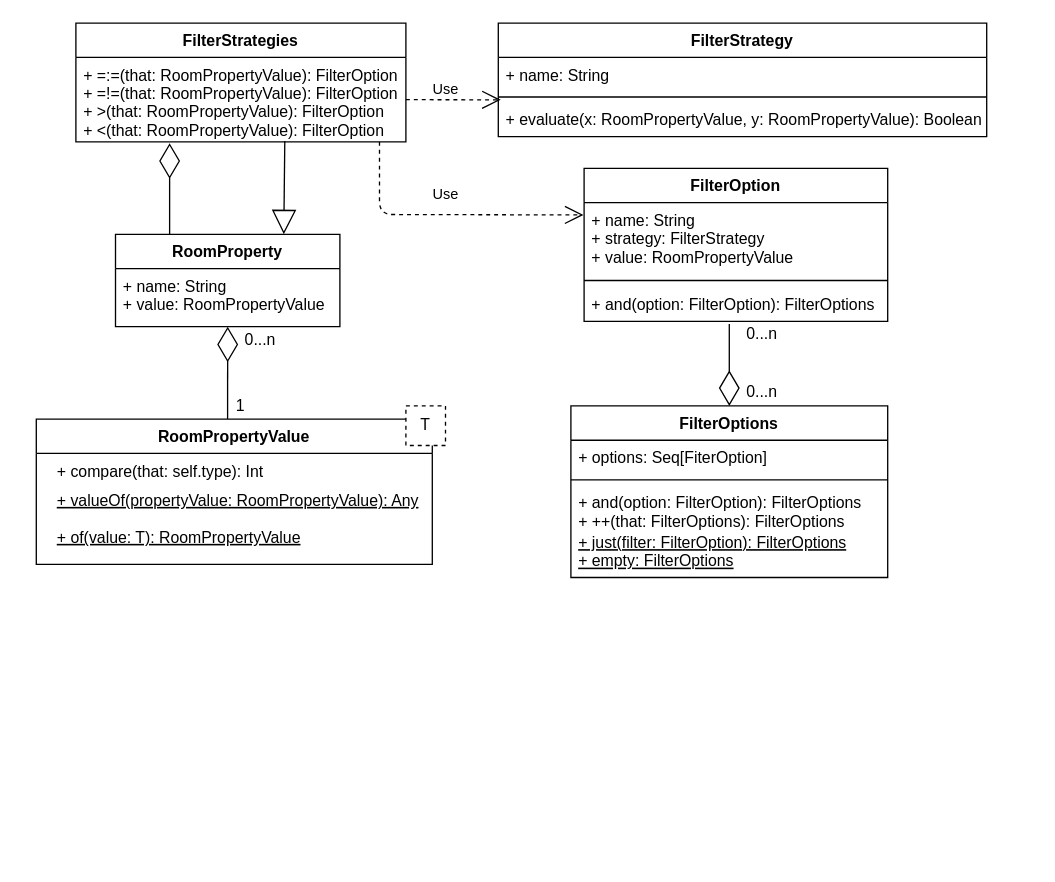
Earlier version of the draw.io diagram doc/diagrams/common/room/property_and_filters-class.drawio (StefanoSalvatori/PPS-18-scala-omg). Source tidied: cells renumbered, new cells numbered last; positions are measured from the earlier drawing's top-left corner, leaving out a move shared by most shapes. Both pictures are drawn from the tidied source at 132%, with x=0, y=0 at pixel (36, 22).
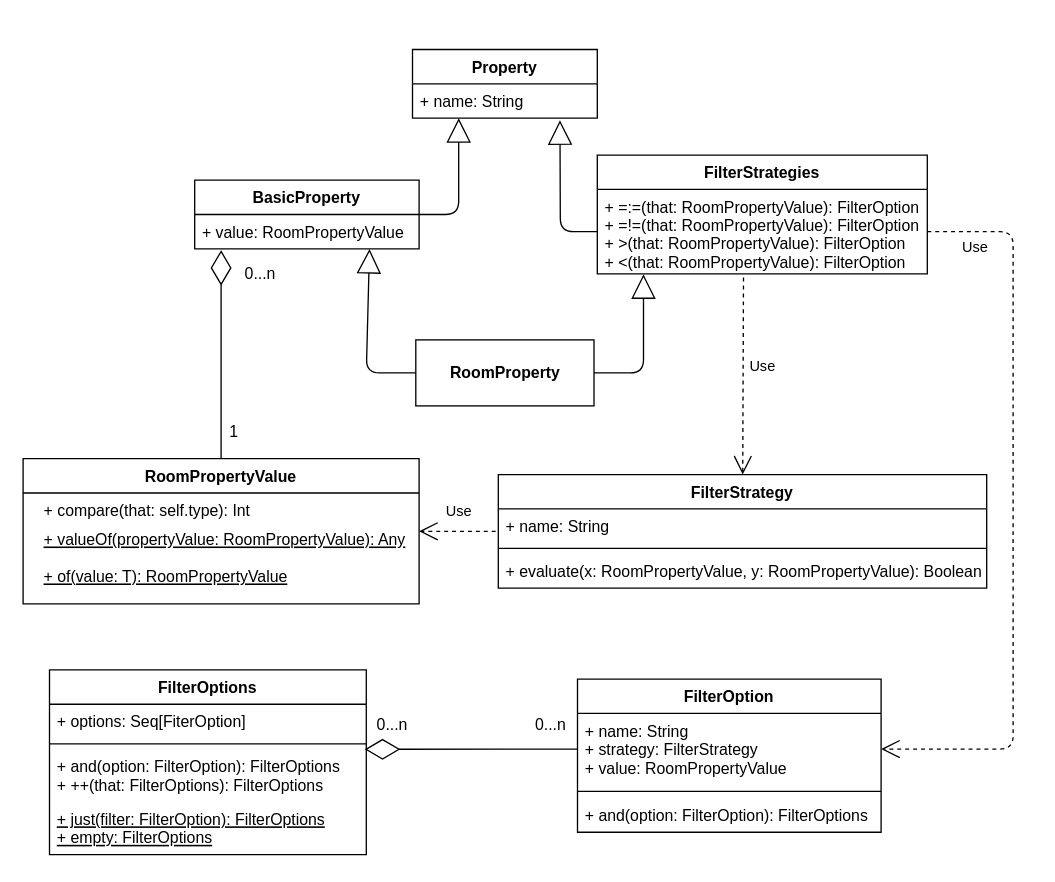
After the change.

The change refers to these unchanged cells:
```xml
<mxCell id="6" value="+ =:=(that: RoomPropertyValue): FilterOption&#10;+ =!=(that: RoomPropertyValue): FilterOption&#10;+ &gt;(that: RoomPropertyValue): FilterOption&#10;+ &lt;(that: RoomPropertyValue): FilterOption" style="text;strokeColor=none;fillColor=none;align=left;verticalAlign=top;spacingLeft=4;spacingRight=4;overflow=hidden;points=[[0,0.5],[1,0.5]];portConstraint=eastwest;" parent="5" vertex="1">
  <mxGeometry y="26" width="250" height="64" as="geometry" />
</mxCell>
<mxCell id="15" value="+ evaluate(x: RoomPropertyValue, y: RoomPropertyValue): Boolean" style="text;strokeColor=none;fillColor=none;align=left;verticalAlign=top;spacingLeft=4;spacingRight=4;overflow=hidden;points=[[0,0.5],[1,0.5]];portConstraint=eastwest;" parent="12" vertex="1">
  <mxGeometry y="60" width="370" height="26" as="geometry" />
</mxCell>
<mxCell id="19" value="+ name: String&#10;+ strategy: FilterStrategy&#10;+ value: RoomPropertyValue" style="text;strokeColor=none;fillColor=none;align=left;verticalAlign=top;spacingLeft=4;spacingRight=4;overflow=hidden;points=[[0,0.5],[1,0.5]];portConstraint=eastwest;" parent="18" vertex="1">
  <mxGeometry y="26" width="230" height="54" as="geometry" />
</mxCell>
```

The edit, as a diff of the source:
```diff
@@
-    <mxCell id="2" value="+ name: String&#10;+ value: RoomPropertyValue" style="text;strokeColor=none;fillColor=none;align=left;verticalAlign=top;spacingLeft=4;spacingRight=4;overflow=hidden;" parent="1" vertex="1">
-      <mxGeometry x="60" y="186" width="170" height="44" as="geometry" />
-    </mxCell>
-    <mxCell id="3" value="+ just(filter: FilterOption): FilterOptions&#10;+ empty: FilterOptions" style="text;strokeColor=none;fillColor=none;align=left;verticalAlign=top;spacingLeft=4;spacingRight=4;overflow=hidden;fontStyle=4;strokeWidth=1;" parent="1" vertex="1">
-      <mxGeometry x="405" y="380" width="240" height="40" as="geometry" />
-    </mxCell>
-    <mxCell id="4" value="+ compare(that: self.type): Int" style="text;strokeColor=none;fillColor=none;align=left;verticalAlign=top;spacingLeft=4;spacingRight=4;overflow=hidden;" parent="1" vertex="1">
-      <mxGeometry x="10" y="326" width="180" height="22" as="geometry" />
-    </mxCell>
     <mxCell id="5" value="FilterStrategies" style="swimlane;fontStyle=1;align=center;verticalAlign=top;horizontal=1;startSize=26;" parent="1" vertex="1">
-      <mxGeometry x="30" width="250" height="90" as="geometry" />
+      <mxGeometry x="425" y="100" width="250" height="90" as="geometry" />
     </mxCell>
@@
+    <mxCell id="33" value="BasicProperty" style="swimlane;fontStyle=1;horizontal=1;startSize=26;fillColor=none;" parent="1" vertex="1">
+      <mxGeometry x="120" y="119" width="170" height="52" as="geometry" />
+    </mxCell>
+    <mxCell id="34" value="+ value: RoomPropertyValue" style="text;strokeColor=none;fillColor=none;align=left;verticalAlign=top;spacingLeft=4;spacingRight=4;overflow=hidden;points=[[0,0.5],[1,0.5]];portConstraint=eastwest;" parent="33" vertex="1">
+      <mxGeometry y="26" width="170" height="26" as="geometry" />
+    </mxCell>
+    <mxCell id="4" value="+ compare(that: self.type): Int" style="text;strokeColor=none;fillColor=none;align=left;verticalAlign=top;spacingLeft=4;spacingRight=4;overflow=hidden;" parent="1" vertex="1">
+      <mxGeometry y="356" width="180" height="22" as="geometry" />
+    </mxCell>
+    <mxCell id="35" value="Property" style="swimlane;fontStyle=1;horizontal=1;startSize=26;fillColor=none;" parent="1" vertex="1">
+      <mxGeometry x="285" y="20" width="140" height="52" as="geometry" />
+    </mxCell>
+    <mxCell id="36" value="+ name: String" style="text;strokeColor=none;fillColor=none;align=left;verticalAlign=top;spacingLeft=4;spacingRight=4;overflow=hidden;points=[[0,0.5],[1,0.5]];portConstraint=eastwest;" parent="35" vertex="1">
+      <mxGeometry y="26" width="140" height="26" as="geometry" />
+    </mxCell>
     <mxCell id="7" value="+ valueOf(propertyValue: RoomPropertyValue): Any&#10;&#10;+ of(value: T): RoomPropertyValue" style="text;strokeColor=none;fillColor=none;align=left;verticalAlign=top;spacingLeft=4;spacingRight=4;overflow=hidden;fontStyle=4;" parent="1" vertex="1">
-      <mxGeometry x="10" y="348" width="290" height="48" as="geometry" />
+      <mxGeometry y="378" width="290" height="48" as="geometry" />
     </mxCell>
-    <mxCell id="8" value="RoomProperty" style="swimlane;fontStyle=1;align=center;verticalAlign=top;horizontal=1;startSize=26;" parent="1" vertex="1">
-      <mxGeometry x="60" y="160" width="170" height="70" as="geometry" />
-    </mxCell>
-    <mxCell id="9" style="endArrow=block;endSize=16;endFill=0;html=1;exitX=0.633;exitY=0.99;exitDx=0;exitDy=0;exitPerimeter=0;entryX=0.75;entryY=0;entryDx=0;entryDy=0;" parent="1" edge="1" source="6" target="8">
-      <mxGeometry x="0.45" y="53" relative="1" as="geometry" />
-    </mxCell>
-    <mxCell id="10" style="endArrow=diamondThin;endFill=0;endSize=24;html=1;" parent="1" edge="1">
-      <mxGeometry relative="1" as="geometry">
-        <mxPoint x="101" y="160" as="sourcePoint" />
-        <mxPoint x="101" y="91" as="targetPoint" />
-      </mxGeometry>
-    </mxCell>
+    <mxCell id="26" style="endArrow=diamondThin;endFill=0;endSize=24;html=1;entryX=0.995;entryY=0.004;entryDx=0;entryDy=0;entryPerimeter=0;exitX=0;exitY=0.5;exitDx=0;exitDy=0;" parent="1" edge="1" source="19" target="25">
+      <mxGeometry relative="1" as="geometry" />
+    </mxCell>
+    <mxCell id="30" value="0...n" style="text;html=1;strokeColor=none;fillColor=none;align=center;verticalAlign=middle;whiteSpace=wrap;rounded=0;" parent="1" vertex="1">
+      <mxGeometry x="370" y="522" width="40" height="20" as="geometry" />
+    </mxCell>
+    <mxCell id="31" value="0...n" style="text;html=1;strokeColor=none;fillColor=none;align=center;verticalAlign=middle;whiteSpace=wrap;rounded=0;" parent="1" vertex="1">
+      <mxGeometry x="250" y="522" width="40" height="20" as="geometry" />
+    </mxCell>
     <mxCell id="11" value="RoomPropertyValue" style="swimlane;fontStyle=1;align=center;verticalAlign=top;horizontal=1;startSize=26;" parent="1" vertex="1">
-      <mxGeometry y="300" width="300" height="110" as="geometry" />
+      <mxGeometry x="-10" y="330" width="300" height="110" as="geometry" />
     </mxCell>
     <mxCell id="12" value="FilterStrategy" style="swimlane;fontStyle=1;align=center;verticalAlign=top;horizontal=1;startSize=26;" parent="1" vertex="1">
-      <mxGeometry x="350" width="370" height="86" as="geometry" />
+      <mxGeometry x="350" y="342" width="370" height="86" as="geometry" />
     </mxCell>
@@
-    <mxCell id="16" value="Use" style="endArrow=open;endSize=12;dashed=1;html=1;entryX=0.005;entryY=-0.071;entryDx=0;entryDy=0;entryPerimeter=0;" parent="1" edge="1" target="15">
-      <mxGeometry x="-0.17" y="8" relative="1" as="geometry">
-        <mxPoint x="280" y="58" as="sourcePoint" />
-      </mxGeometry>
-    </mxCell>
-    <mxCell id="17" value="Use" style="endArrow=open;endSize=12;dashed=1;html=1;entryX=-0.002;entryY=0.173;entryDx=0;entryDy=0;entryPerimeter=0;" parent="1" edge="1" target="19">
-      <mxGeometry y="15" relative="1" as="geometry">
-        <mxPoint x="260" y="90" as="sourcePoint" />
-        <Array as="points">
-          <mxPoint x="260" y="145" />
-        </Array>
-      </mxGeometry>
-    </mxCell>
+    <mxCell id="22" value="FilterOptions" style="swimlane;fontStyle=1;align=center;verticalAlign=top;horizontal=1;startSize=26;" parent="1" vertex="1">
+      <mxGeometry x="10" y="490" width="240" height="140" as="geometry" />
+    </mxCell>
+    <mxCell id="23" value="+ options: Seq[FiterOption]" style="text;strokeColor=none;fillColor=none;align=left;verticalAlign=top;spacingLeft=4;spacingRight=4;overflow=hidden;" parent="22" vertex="1">
+      <mxGeometry y="26" width="240" height="26" as="geometry" />
+    </mxCell>
+    <mxCell id="24" style="line;strokeWidth=1;fillColor=none;align=left;verticalAlign=middle;spacingTop=-1;spacingLeft=3;spacingRight=3;labelPosition=right;" parent="22" vertex="1">
+      <mxGeometry y="52" width="240" height="8" as="geometry" />
+    </mxCell>
+    <mxCell id="25" value="+ and(option: FilterOption): FilterOptions&#10;+ ++(that: FilterOptions): FilterOptions" style="text;strokeColor=none;fillColor=none;align=left;verticalAlign=top;spacingLeft=4;spacingRight=4;overflow=hidden;points=[[0,0.5],[1,0.5]];portConstraint=eastwest;fontStyle=0;strokeWidth=1;" parent="22" vertex="1">
+      <mxGeometry y="60" width="240" height="40" as="geometry" />
+    </mxCell>
+    <mxCell id="3" value="+ just(filter: FilterOption): FilterOptions&#10;+ empty: FilterOptions" style="text;strokeColor=none;fillColor=none;align=left;verticalAlign=top;spacingLeft=4;spacingRight=4;overflow=hidden;fontStyle=4;strokeWidth=1;" parent="22" vertex="1">
+      <mxGeometry y="100" width="240" height="40" as="geometry" />
+    </mxCell>
     <mxCell id="18" value="FilterOption" style="swimlane;fontStyle=1;align=center;verticalAlign=top;horizontal=1;startSize=26;" parent="1" vertex="1">
-      <mxGeometry x="415" y="110" width="230" height="116" as="geometry" />
+      <mxGeometry x="410" y="497" width="230" height="116" as="geometry" />
     </mxCell>
@@
-    <mxCell id="22" value="FilterOptions" style="swimlane;fontStyle=1;align=center;verticalAlign=top;horizontal=1;startSize=26;" parent="1" vertex="1">
-      <mxGeometry x="405" y="290" width="240" height="130" as="geometry" />
-    </mxCell>
-    <mxCell id="23" value="+ options: Seq[FiterOption]" style="text;strokeColor=none;fillColor=none;align=left;verticalAlign=top;spacingLeft=4;spacingRight=4;overflow=hidden;" parent="22" vertex="1">
-      <mxGeometry y="26" width="240" height="26" as="geometry" />
-    </mxCell>
-    <mxCell id="24" style="line;strokeWidth=1;fillColor=none;align=left;verticalAlign=middle;spacingTop=-1;spacingLeft=3;spacingRight=3;labelPosition=right;" parent="22" vertex="1">
-      <mxGeometry y="52" width="240" height="8" as="geometry" />
-    </mxCell>
-    <mxCell id="25" value="+ and(option: FilterOption): FilterOptions&#10;+ ++(that: FilterOptions): FilterOptions" style="text;strokeColor=none;fillColor=none;align=left;verticalAlign=top;spacingLeft=4;spacingRight=4;overflow=hidden;points=[[0,0.5],[1,0.5]];portConstraint=eastwest;fontStyle=0;strokeWidth=1;" parent="22" vertex="1">
-      <mxGeometry y="60" width="240" height="70" as="geometry" />
-    </mxCell>
-    <mxCell id="26" style="endArrow=diamondThin;endFill=0;endSize=24;html=1;entryX=0.5;entryY=0;entryDx=0;entryDy=0;" parent="1" edge="1" target="22">
-      <mxGeometry relative="1" as="geometry">
-        <mxPoint x="525" y="228" as="sourcePoint" />
-      </mxGeometry>
-    </mxCell>
+    <mxCell id="8" value="RoomProperty" style="html=1;glass=0;strokeWidth=1;fontStyle=1;" parent="1" vertex="1">
+      <mxGeometry x="287.5" y="240" width="135" height="50" as="geometry" />
+    </mxCell>
+    <mxCell id="37" style="endArrow=block;endSize=16;endFill=0;html=1;exitX=1;exitY=0.5;exitDx=0;exitDy=0;entryX=0.25;entryY=1;entryDx=0;entryDy=0;" parent="1" edge="1" source="33" target="35">
+      <mxGeometry x="-0.39" y="48" relative="1" as="geometry">
+        <Array as="points">
+          <mxPoint x="320" y="145" />
+        </Array>
+        <mxPoint y="-1" as="offset" />
+      </mxGeometry>
+    </mxCell>
+    <mxCell id="38" style="endArrow=block;endSize=16;endFill=0;html=1;exitX=0;exitY=0.5;exitDx=0;exitDy=0;entryX=0.798;entryY=1.064;entryDx=0;entryDy=0;entryPerimeter=0;" parent="1" edge="1" source="6" target="36">
+      <mxGeometry x="-0.33" y="-22" relative="1" as="geometry">
+        <Array as="points">
+          <mxPoint x="397" y="158" />
+        </Array>
+      </mxGeometry>
+    </mxCell>
+    <mxCell id="39" style="endArrow=block;endSize=16;endFill=0;html=1;exitX=0;exitY=0.5;exitDx=0;exitDy=0;entryX=0.779;entryY=1.006;entryDx=0;entryDy=0;entryPerimeter=0;" parent="1" edge="1" source="8" target="34">
+      <mxGeometry x="-0.39" y="48" relative="1" as="geometry">
+        <Array as="points">
+          <mxPoint x="250" y="265" />
+        </Array>
+        <mxPoint y="-1" as="offset" />
+      </mxGeometry>
+    </mxCell>
+    <mxCell id="40" style="endArrow=block;endSize=16;endFill=0;html=1;exitX=1;exitY=0.5;exitDx=0;exitDy=0;entryX=0.14;entryY=1.005;entryDx=0;entryDy=0;entryPerimeter=0;" parent="1" edge="1" source="8" target="6">
+      <mxGeometry x="-0.39" y="48" relative="1" as="geometry">
+        <Array as="points">
+          <mxPoint x="460" y="265" />
+        </Array>
+        <mxPoint y="-1" as="offset" />
+      </mxGeometry>
+    </mxCell>
+    <mxCell id="41" style="endArrow=diamondThin;endFill=0;endSize=24;html=1;exitX=0.5;exitY=0;exitDx=0;exitDy=0;" parent="1" edge="1" source="11">
+      <mxGeometry relative="1" as="geometry">
+        <mxPoint x="140" y="172" as="targetPoint" />
+      </mxGeometry>
+    </mxCell>
+    <mxCell id="42" value="Use" style="endArrow=open;endSize=12;dashed=1;html=1;exitX=0.443;exitY=1.044;exitDx=0;exitDy=0;exitPerimeter=0;" parent="1" edge="1" source="6" target="12">
+      <mxGeometry x="-0.1" y="15" relative="1" as="geometry" />
+    </mxCell>
+    <mxCell id="43" value="Use" style="endArrow=open;endSize=12;dashed=1;html=1;exitX=1;exitY=0.5;exitDx=0;exitDy=0;entryX=1;entryY=0.5;entryDx=0;entryDy=0;" parent="1" edge="1" source="6" target="19">
+      <mxGeometry x="-0.87" y="-12" relative="1" as="geometry">
+        <Array as="points">
+          <mxPoint x="740" y="158" />
+          <mxPoint x="740" y="550" />
+        </Array>
+      </mxGeometry>
+    </mxCell>
+    <mxCell id="44" value="Use" style="endArrow=open;endSize=12;dashed=1;html=1;" parent="1" edge="1">
+      <mxGeometry x="-0.02" y="-15" relative="1" as="geometry">
+        <mxPoint x="348" y="385" as="sourcePoint" />
+        <mxPoint x="290" y="385" as="targetPoint" />
+      </mxGeometry>
+    </mxCell>
     <mxCell id="27" value="1" style="text;html=1;strokeColor=none;fillColor=none;align=center;verticalAlign=middle;whiteSpace=wrap;rounded=0;" parent="1" vertex="1">
-      <mxGeometry x="135" y="280" width="40" height="20" as="geometry" />
+      <mxGeometry x="130" y="300" width="40" height="20" as="geometry" />
     </mxCell>
     <mxCell id="28" value="0...n" style="text;html=1;strokeColor=none;fillColor=none;align=center;verticalAlign=middle;whiteSpace=wrap;rounded=0;" parent="1" vertex="1">
-      <mxGeometry x="150" y="230" width="40" height="20" as="geometry" />
+      <mxGeometry x="150" y="180" width="40" height="20" as="geometry" />
     </mxCell>
-    <mxCell id="29" style="endArrow=diamondThin;endFill=0;endSize=24;html=1;entryX=0.5;entryY=1;entryDx=0;entryDy=0;exitX=0.483;exitY=0;exitDx=0;exitDy=0;exitPerimeter=0;" parent="1" edge="1" source="11" target="8">
-      <mxGeometry relative="1" as="geometry" />
-    </mxCell>
-    <mxCell id="30" value="0...n" style="text;html=1;strokeColor=none;fillColor=none;align=center;verticalAlign=middle;whiteSpace=wrap;rounded=0;" parent="1" vertex="1">
-      <mxGeometry x="530" y="270" width="40" height="20" as="geometry" />
-    </mxCell>
-    <mxCell id="31" value="0...n" style="text;html=1;strokeColor=none;fillColor=none;align=center;verticalAlign=middle;whiteSpace=wrap;rounded=0;" parent="1" vertex="1">
-      <mxGeometry x="530" y="226" width="40" height="20" as="geometry" />
-    </mxCell>
-    <mxCell id="32" value="T" style="rounded=0;whiteSpace=wrap;html=1;dashed=1;" parent="1" vertex="1">
-      <mxGeometry x="280" y="290" width="30" height="30" as="geometry" />
-    </mxCell>
```
